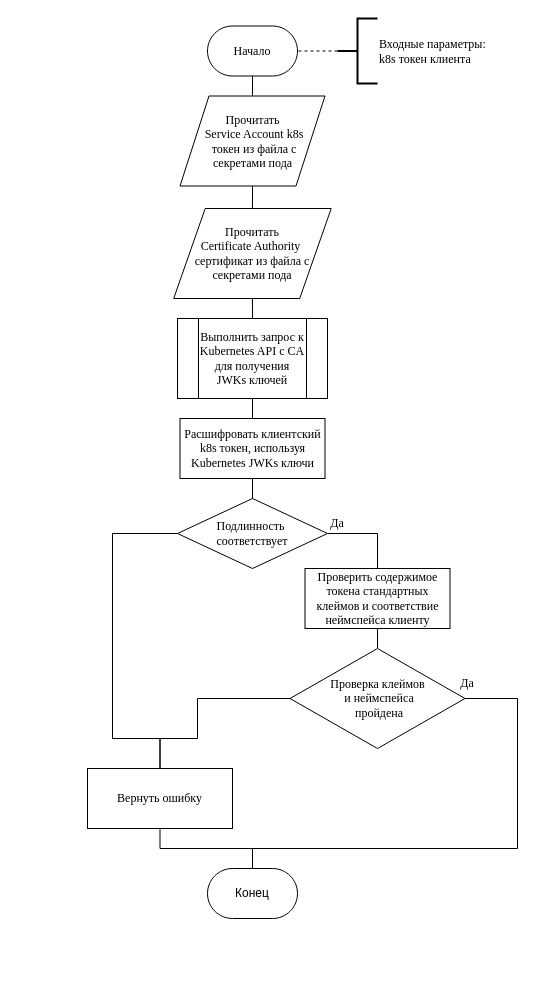
perpetua1g0d/bmstu-diploma keeps this draw.io diagram as page "k8s-verify" (2 of 3) of docs/prez/alg_schemes.drawio. Above is the earlier version. Source tidied: cells renumbered, new cells numbered last; positions are measured from the earlier drawing's top-left corner, leaving out a move shared by most shapes. Both pictures are drawn from the tidied source at 100%, with x=0, y=0 at pixel (87, 18).
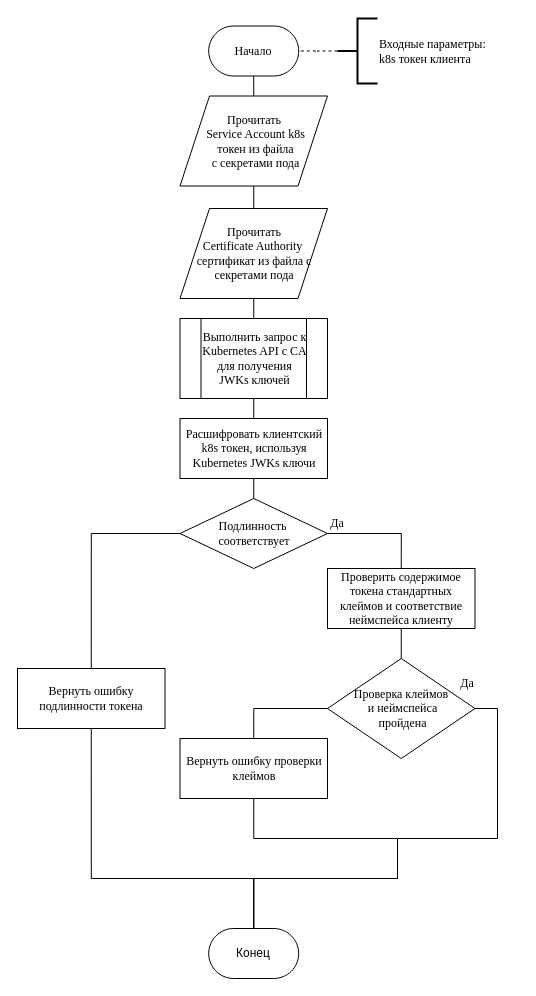
Above is the later version.

What changed in the source:
```diff
@@
     <mxCell id="3" value="&lt;font face=&quot;Times New Roman&quot;&gt;Начало&lt;/font&gt;" style="html=1;dashed=0;whiteSpace=wrap;shape=mxgraph.dfd.start;" parent="1" vertex="1">
-      <mxGeometry x="120" y="7.5" width="90" height="50" as="geometry" />
+      <mxGeometry x="121.2" y="7.5" width="90" height="50" as="geometry" />
     </mxCell>
@@
-    <mxCell id="5" value="&lt;font face=&quot;Times New Roman&quot;&gt;Прочитать&lt;/font&gt;&lt;div&gt;&lt;font face=&quot;Times New Roman&quot;&gt;&amp;nbsp;Service Account k8s&lt;/font&gt;&lt;/div&gt;&lt;div&gt;&lt;font face=&quot;Times New Roman&quot;&gt;&amp;nbsp;токен из файла с секретами пода&lt;/font&gt;&lt;/div&gt;" style="shape=parallelogram;perimeter=parallelogramPerimeter;whiteSpace=wrap;html=1;dashed=0;" parent="1" vertex="1">
-      <mxGeometry x="92.5" y="77.5" width="145" height="90" as="geometry" />
+    <mxCell id="5" value="&lt;font face=&quot;Times New Roman&quot;&gt;Прочитать&lt;/font&gt;&lt;div&gt;&lt;font face=&quot;Times New Roman&quot;&gt;&amp;nbsp;Service Account k8s&lt;/font&gt;&lt;/div&gt;&lt;div&gt;&lt;font face=&quot;Times New Roman&quot;&gt;&amp;nbsp;токен из файла&lt;/font&gt;&lt;/div&gt;&lt;div&gt;&lt;font face=&quot;Times New Roman&quot;&gt;&amp;nbsp;с секретами пода&lt;/font&gt;&lt;/div&gt;" style="shape=parallelogram;perimeter=parallelogramPerimeter;whiteSpace=wrap;html=1;dashed=0;" parent="1" vertex="1">
+      <mxGeometry x="92.5" y="77.5" width="147.5" height="90" as="geometry" />
     </mxCell>
@@
     <mxCell id="10" value="&lt;font face=&quot;Times New Roman&quot;&gt;Прочитать&lt;br&gt;&lt;/font&gt;&lt;div&gt;&lt;span style=&quot;background-color: transparent;&quot;&gt;&lt;font face=&quot;Times New Roman&quot;&gt;Certificate Authority&lt;/font&gt;&lt;/span&gt;&lt;span style=&quot;font-family: &amp;quot;Times New Roman&amp;quot;; background-color: transparent;&quot;&gt;&amp;nbsp;&lt;/span&gt;&lt;/div&gt;&lt;div&gt;&lt;span style=&quot;font-family: &amp;quot;Times New Roman&amp;quot;; background-color: transparent;&quot;&gt;сертификат из файла с секретами пода&lt;/span&gt;&lt;br&gt;&lt;/div&gt;" style="shape=parallelogram;perimeter=parallelogramPerimeter;whiteSpace=wrap;html=1;dashed=0;" parent="1" vertex="1">
-      <mxGeometry x="86.2" y="190" width="157.5" height="90" as="geometry" />
+      <mxGeometry x="92.5" y="190" width="147.5" height="90" as="geometry" />
     </mxCell>
@@
     <mxCell id="12" value="&lt;font face=&quot;Times New Roman&quot;&gt;Выполнить запрос к Kubernetes API с CA для получения JWKs ключей&lt;/font&gt;" style="verticalLabelPosition=middle;verticalAlign=middle;html=1;shape=process;whiteSpace=wrap;rounded=0;size=0.14;arcSize=6;labelPosition=center;align=center;" parent="1" vertex="1">
-      <mxGeometry x="90" y="300" width="150" height="80" as="geometry" />
+      <mxGeometry x="92.5" y="300" width="147.5" height="80" as="geometry" />
     </mxCell>
-    <mxCell id="13" value="&lt;font face=&quot;Times New Roman&quot;&gt;Вернуть ошибку&lt;/font&gt;" style="html=1;dashed=0;whiteSpace=wrap;" parent="1" vertex="1">
-      <mxGeometry y="750" width="145" height="60" as="geometry" />
+    <mxCell id="13" value="&lt;font face=&quot;Times New Roman&quot;&gt;Вернуть ошибку проверки клеймов&lt;/font&gt;" style="html=1;dashed=0;whiteSpace=wrap;" parent="1" vertex="1">
+      <mxGeometry x="92.5" y="720" width="147.5" height="60" as="geometry" />
     </mxCell>
@@
     <mxCell id="15" value="&lt;font face=&quot;Times New Roman&quot;&gt;Расшифровать клиентский k8s токен, используя Kubernetes JWKs ключи&lt;/font&gt;" style="html=1;dashed=0;whiteSpace=wrap;" parent="1" vertex="1">
-      <mxGeometry x="92.5" y="400" width="145" height="60" as="geometry" />
+      <mxGeometry x="92.5" y="400" width="147.5" height="60" as="geometry" />
     </mxCell>
@@
-    <mxCell id="17" style="edgeStyle=orthogonalEdgeStyle;rounded=0;jettySize=auto;html=1;exitX=0;exitY=0.5;exitDx=0;exitDy=0;entryX=0.5;entryY=0;entryDx=0;entryDy=0;endArrow=none;startFill=0;" parent="1" edge="1" source="18" target="13">
-      <mxGeometry relative="1" as="geometry">
-        <Array as="points">
-          <mxPoint x="25" y="515" />
-          <mxPoint x="25" y="720" />
-          <mxPoint x="73" y="720" />
-        </Array>
-      </mxGeometry>
-    </mxCell>
+    <mxCell id="27" style="edgeStyle=orthogonalEdgeStyle;rounded=0;jettySize=auto;html=1;exitX=0;exitY=0.5;exitDx=0;exitDy=0;entryX=0.5;entryY=0;entryDx=0;entryDy=0;endArrow=none;startFill=0;" parent="1" edge="1" source="18" target="28">
+      <mxGeometry relative="1" as="geometry" />
+    </mxCell>
     <mxCell id="18" value="&lt;font face=&quot;Times New Roman&quot;&gt;Подлинность&amp;nbsp;&lt;/font&gt;&lt;div&gt;&lt;font face=&quot;Times New Roman&quot;&gt;соответствует&lt;/font&gt;&lt;/div&gt;" style="shape=rhombus;html=1;dashed=0;whiteSpace=wrap;perimeter=rhombusPerimeter;" parent="1" vertex="1">
-      <mxGeometry x="90" y="480" width="150" height="70" as="geometry" />
+      <mxGeometry x="92.5" y="480" width="147.5" height="70" as="geometry" />
     </mxCell>
@@
     <mxCell id="20" value="&lt;font face=&quot;Times New Roman&quot;&gt;Проверить содержимое токена стандартных клеймов и соответствие неймспейса клиенту&lt;/font&gt;" style="html=1;dashed=0;whiteSpace=wrap;" parent="1" vertex="1">
-      <mxGeometry x="217.5" y="550" width="145" height="60" as="geometry" />
+      <mxGeometry x="240" y="550" width="147.5" height="60" as="geometry" />
     </mxCell>
     <mxCell id="21" style="edgeStyle=orthogonalEdgeStyle;rounded=0;jettySize=auto;html=1;exitX=0;exitY=0.5;exitDx=0;exitDy=0;entryX=0.5;entryY=0;entryDx=0;entryDy=0;endArrow=none;startFill=0;" parent="1" edge="1" source="22" target="13">
-      <mxGeometry relative="1" as="geometry">
-        <Array as="points">
-          <mxPoint x="110" y="680" />
-          <mxPoint x="110" y="720" />
-          <mxPoint x="72" y="720" />
-        </Array>
-      </mxGeometry>
+      <mxGeometry relative="1" as="geometry" />
     </mxCell>
     <mxCell id="22" value="&lt;font face=&quot;Times New Roman&quot;&gt;Проверка клеймов&lt;/font&gt;&lt;div&gt;&lt;font face=&quot;Times New Roman&quot;&gt;&amp;nbsp;и неймспейса&lt;/font&gt;&lt;div&gt;&lt;font face=&quot;Times New Roman&quot;&gt;&amp;nbsp;пройдена&lt;/font&gt;&lt;/div&gt;&lt;/div&gt;" style="shape=rhombus;html=1;dashed=0;whiteSpace=wrap;perimeter=rhombusPerimeter;" parent="1" vertex="1">
-      <mxGeometry x="202.5" y="630" width="175" height="100" as="geometry" />
+      <mxGeometry x="240" y="640" width="147.5" height="100" as="geometry" />
     </mxCell>
     <mxCell id="23" value="Конец" style="html=1;dashed=0;whiteSpace=wrap;shape=mxgraph.dfd.start;" parent="1" vertex="1">
-      <mxGeometry x="120" y="850" width="90" height="50" as="geometry" />
+      <mxGeometry x="121.2" y="910" width="90" height="50" as="geometry" />
     </mxCell>
@@
+    <mxCell id="28" value="&lt;font face=&quot;Times New Roman&quot;&gt;Вернуть ошибку подлинности токена&lt;/font&gt;" style="html=1;dashed=0;whiteSpace=wrap;" parent="1" vertex="1">
+      <mxGeometry x="-70" y="650" width="147.5" height="60" as="geometry" />
+    </mxCell>
+    <mxCell id="26" style="edgeStyle=orthogonalEdgeStyle;rounded=0;jettySize=auto;html=1;exitX=0.5;exitY=1;exitDx=0;exitDy=0;entryX=0.5;entryY=0.5;entryDx=0;entryDy=-25;entryPerimeter=0;endArrow=none;startFill=0;" parent="1" edge="1" source="13" target="23">
+      <mxGeometry relative="1" as="geometry">
+        <Array as="points">
+          <mxPoint x="166" y="820" />
+          <mxPoint x="310" y="820" />
+          <mxPoint x="310" y="860" />
+          <mxPoint x="166" y="860" />
+        </Array>
+      </mxGeometry>
+    </mxCell>
     <mxCell id="25" style="edgeStyle=orthogonalEdgeStyle;rounded=0;jettySize=auto;html=1;exitX=1;exitY=0.5;exitDx=0;exitDy=0;entryX=0.5;entryY=0.5;entryDx=0;entryDy=-25;entryPerimeter=0;endArrow=none;startFill=0;" parent="1" edge="1" source="22" target="23">
       <mxGeometry relative="1" as="geometry">
         <Array as="points">
-          <mxPoint x="430" y="680" />
-          <mxPoint x="430" y="830" />
-          <mxPoint x="165" y="830" />
+          <mxPoint x="410" y="690" />
+          <mxPoint x="410" y="820" />
+          <mxPoint x="310" y="820" />
+          <mxPoint x="310" y="860" />
+          <mxPoint x="166" y="860" />
         </Array>
       </mxGeometry>
     </mxCell>
-    <mxCell id="26" style="edgeStyle=orthogonalEdgeStyle;rounded=0;jettySize=auto;html=1;exitX=0.5;exitY=1;exitDx=0;exitDy=0;entryX=0.5;entryY=0.5;entryDx=0;entryDy=-25;entryPerimeter=0;endArrow=none;startFill=0;" parent="1" edge="1" source="13" target="23">
-      <mxGeometry relative="1" as="geometry" />
-    </mxCell>
+    <mxCell id="29" style="edgeStyle=orthogonalEdgeStyle;rounded=0;jettySize=auto;html=1;exitX=0.5;exitY=1;exitDx=0;exitDy=0;entryX=0.5;entryY=0.5;entryDx=0;entryDy=-25;entryPerimeter=0;endArrow=none;startFill=0;" parent="1" edge="1" source="28" target="23">
+      <mxGeometry relative="1" as="geometry">
+        <Array as="points">
+          <mxPoint x="4" y="860" />
+          <mxPoint x="166" y="860" />
+        </Array>
+      </mxGeometry>
+    </mxCell>
```
